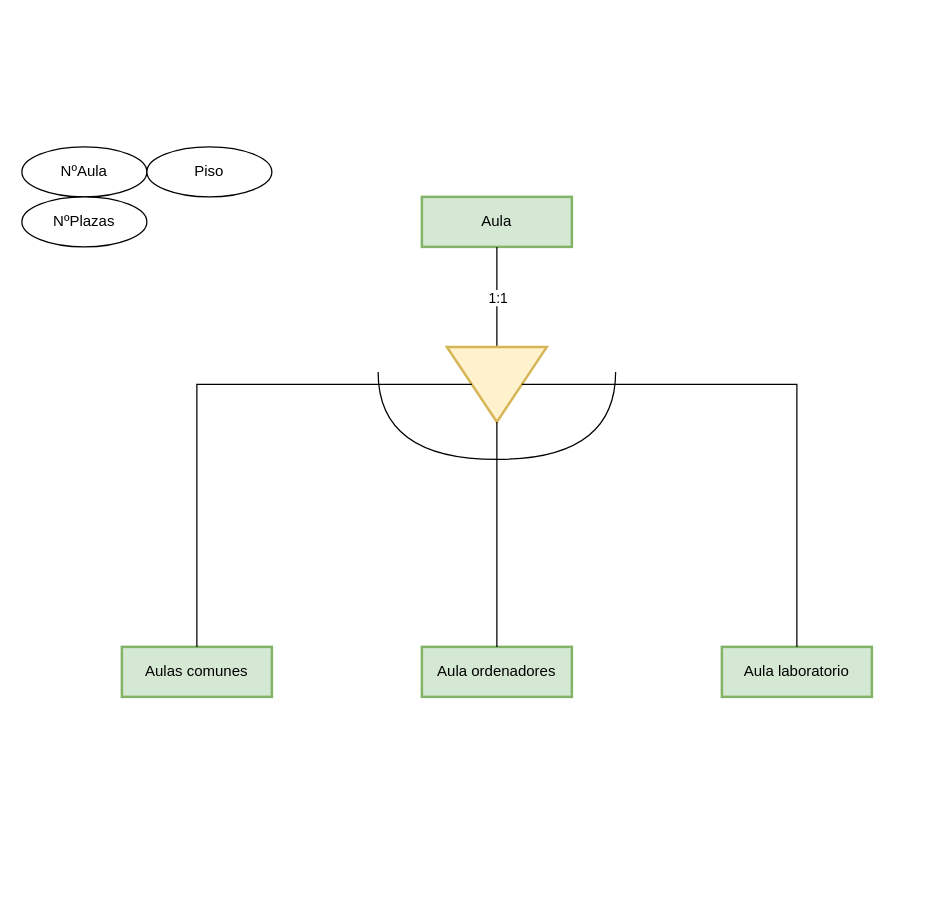
Before: page "Ej8" (6 of 9) of Tareas/Tarea3/Tarea3.drawio in JuanManuelMM/Base-Datos, a draw.io diagram. Source tidied: cells renumbered, new cells numbered last; positions are measured from the earlier drawing's top-left corner, leaving out a move shared by most shapes. Both pictures are drawn from the tidied source at 125%, with x=0, y=0 at pixel (21, 146).
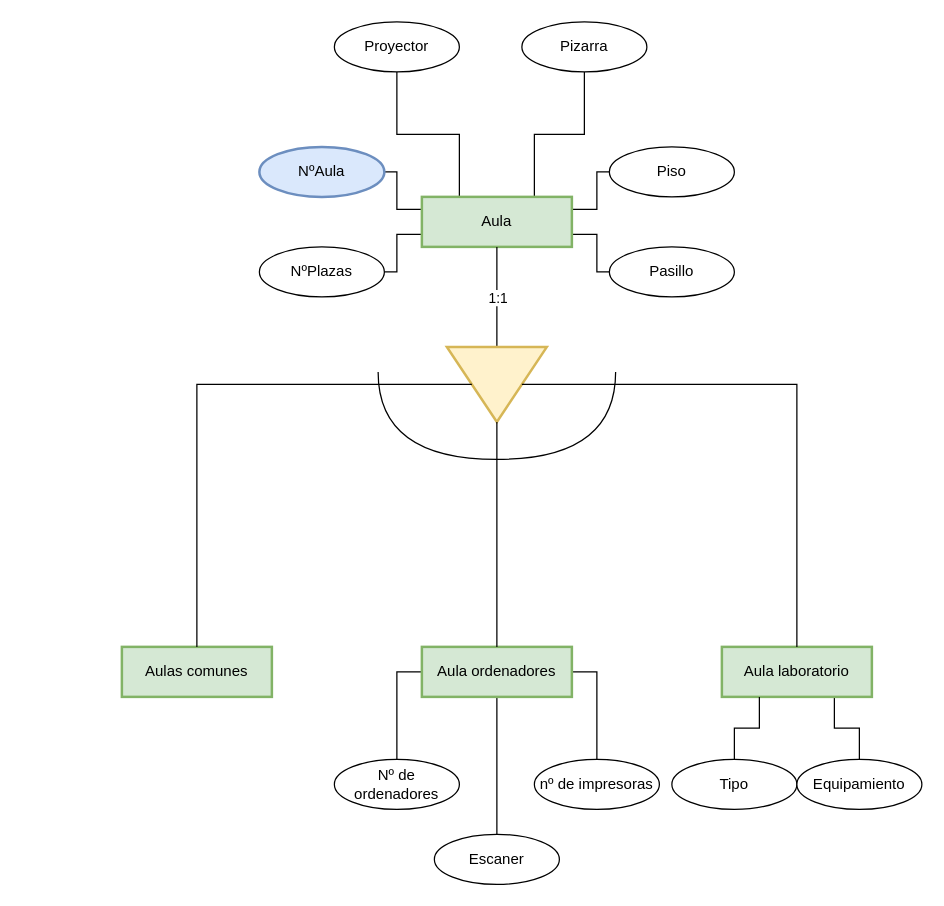
The same diagram, later.

The change refers to these unchanged cells:
```xml
<mxCell id="2" value="Aula" style="whiteSpace=wrap;html=1;align=center;strokeWidth=2;fillColor=#d5e8d4;strokeColor=#82b366;" parent="1" vertex="1">
  <mxGeometry x="320" y="40" width="120" height="40" as="geometry" />
</mxCell>
<mxCell id="3" value="Aula ordenadores" style="whiteSpace=wrap;html=1;align=center;strokeWidth=2;fillColor=#d5e8d4;strokeColor=#82b366;" parent="1" vertex="1">
  <mxGeometry x="320" y="400" width="120" height="40" as="geometry" />
</mxCell>
<mxCell id="4" value="Aula laboratorio" style="whiteSpace=wrap;html=1;align=center;strokeWidth=2;fillColor=#d5e8d4;strokeColor=#82b366;" parent="1" vertex="1">
  <mxGeometry x="560" y="400" width="120" height="40" as="geometry" />
</mxCell>
```

What changed in the source:
```diff
@@
+    <mxCell id="16" style="edgeStyle=orthogonalEdgeStyle;rounded=0;jettySize=auto;html=1;exitX=0;exitY=0.25;exitDx=0;exitDy=0;entryX=1;entryY=0.5;entryDx=0;entryDy=0;endArrow=none;endFill=0;" parent="1" edge="1" source="2" target="13">
+      <mxGeometry relative="1" as="geometry" />
+    </mxCell>
+    <mxCell id="17" style="edgeStyle=orthogonalEdgeStyle;rounded=0;jettySize=auto;html=1;exitX=0;exitY=0.75;exitDx=0;exitDy=0;entryX=1;entryY=0.5;entryDx=0;entryDy=0;endArrow=none;endFill=0;" parent="1" edge="1" source="2" target="15">
+      <mxGeometry relative="1" as="geometry" />
+    </mxCell>
+    <mxCell id="18" style="edgeStyle=orthogonalEdgeStyle;rounded=0;jettySize=auto;html=1;exitX=1;exitY=0.25;exitDx=0;exitDy=0;entryX=0;entryY=0.5;entryDx=0;entryDy=0;endArrow=none;endFill=0;" parent="1" edge="1" source="2" target="14">
+      <mxGeometry relative="1" as="geometry" />
+    </mxCell>
+    <mxCell id="19" style="edgeStyle=orthogonalEdgeStyle;rounded=0;jettySize=auto;html=1;exitX=1;exitY=0.75;exitDx=0;exitDy=0;entryX=0;entryY=0.5;entryDx=0;entryDy=0;endArrow=none;endFill=0;" parent="1" edge="1" source="2" target="26">
+      <mxGeometry relative="1" as="geometry" />
+    </mxCell>
+    <mxCell id="20" style="edgeStyle=orthogonalEdgeStyle;rounded=0;jettySize=auto;html=1;exitX=0.25;exitY=0;exitDx=0;exitDy=0;entryX=0.5;entryY=1;entryDx=0;entryDy=0;endArrow=none;endFill=0;" parent="1" edge="1" source="2" target="33">
+      <mxGeometry relative="1" as="geometry" />
+    </mxCell>
+    <mxCell id="21" style="edgeStyle=orthogonalEdgeStyle;rounded=0;jettySize=auto;html=1;exitX=0.75;exitY=0;exitDx=0;exitDy=0;entryX=0.5;entryY=1;entryDx=0;entryDy=0;endArrow=none;endFill=0;" parent="1" edge="1" source="2" target="34">
+      <mxGeometry relative="1" as="geometry" />
+    </mxCell>
@@
+    <mxCell id="22" style="edgeStyle=orthogonalEdgeStyle;rounded=0;jettySize=auto;html=1;exitX=0;exitY=0.5;exitDx=0;exitDy=0;entryX=0.5;entryY=0;entryDx=0;entryDy=0;endArrow=none;endFill=0;" parent="1" edge="1" source="3" target="27">
+      <mxGeometry relative="1" as="geometry" />
+    </mxCell>
+    <mxCell id="23" style="edgeStyle=orthogonalEdgeStyle;rounded=0;jettySize=auto;html=1;exitX=0.5;exitY=1;exitDx=0;exitDy=0;entryX=0.5;entryY=0;entryDx=0;entryDy=0;endArrow=none;endFill=0;" parent="1" edge="1" source="3" target="28">
+      <mxGeometry relative="1" as="geometry" />
+    </mxCell>
+    <mxCell id="24" style="edgeStyle=orthogonalEdgeStyle;rounded=0;jettySize=auto;html=1;exitX=1;exitY=0.5;exitDx=0;exitDy=0;entryX=0.5;entryY=0;entryDx=0;entryDy=0;endArrow=none;endFill=0;" parent="1" edge="1" source="3" target="29">
+      <mxGeometry relative="1" as="geometry" />
+    </mxCell>
@@
+    <mxCell id="25" style="edgeStyle=orthogonalEdgeStyle;rounded=0;jettySize=auto;html=1;exitX=0.75;exitY=1;exitDx=0;exitDy=0;entryX=0.5;entryY=0;entryDx=0;entryDy=0;endArrow=none;endFill=0;" parent="1" edge="1" source="4" target="32">
+      <mxGeometry relative="1" as="geometry" />
+    </mxCell>
@@
-    <mxCell id="13" value="NºAula" style="ellipse;whiteSpace=wrap;html=1;align=center;strokeWidth=1;" parent="1" vertex="1">
-      <mxGeometry width="100" height="40" as="geometry" />
+    <mxCell id="13" value="NºAula" style="ellipse;whiteSpace=wrap;html=1;align=center;strokeWidth=2;fillColor=#dae8fc;strokeColor=#6c8ebf;" parent="1" vertex="1">
+      <mxGeometry x="190" width="100" height="40" as="geometry" />
     </mxCell>
     <mxCell id="14" value="Piso" style="ellipse;whiteSpace=wrap;html=1;align=center;strokeWidth=1;" parent="1" vertex="1">
-      <mxGeometry x="100" width="100" height="40" as="geometry" />
+      <mxGeometry x="470" width="100" height="40" as="geometry" />
     </mxCell>
     <mxCell id="15" value="NºPlazas" style="ellipse;whiteSpace=wrap;html=1;align=center;strokeWidth=1;" parent="1" vertex="1">
-      <mxGeometry y="40" width="100" height="40" as="geometry" />
+      <mxGeometry x="190" y="80" width="100" height="40" as="geometry" />
     </mxCell>
+    <mxCell id="26" value="Pasillo" style="ellipse;whiteSpace=wrap;html=1;align=center;strokeWidth=1;" parent="1" vertex="1">
+      <mxGeometry x="470" y="80" width="100" height="40" as="geometry" />
+    </mxCell>
+    <mxCell id="27" value="Nº de ordenadores" style="ellipse;whiteSpace=wrap;html=1;align=center;strokeWidth=1;" parent="1" vertex="1">
+      <mxGeometry x="250" y="490" width="100" height="40" as="geometry" />
+    </mxCell>
+    <mxCell id="28" value="Escaner" style="ellipse;whiteSpace=wrap;html=1;align=center;strokeWidth=1;" parent="1" vertex="1">
+      <mxGeometry x="330" y="550" width="100" height="40" as="geometry" />
+    </mxCell>
+    <mxCell id="29" value="nº de impresoras" style="ellipse;whiteSpace=wrap;html=1;align=center;strokeWidth=1;" parent="1" vertex="1">
+      <mxGeometry x="410" y="490" width="100" height="40" as="geometry" />
+    </mxCell>
+    <mxCell id="30" style="edgeStyle=orthogonalEdgeStyle;rounded=0;jettySize=auto;html=1;exitX=0.5;exitY=0;exitDx=0;exitDy=0;entryX=0.25;entryY=1;entryDx=0;entryDy=0;endArrow=none;endFill=0;" parent="1" edge="1" source="31" target="4">
+      <mxGeometry relative="1" as="geometry" />
+    </mxCell>
+    <mxCell id="31" value="Tipo" style="ellipse;whiteSpace=wrap;html=1;align=center;strokeWidth=1;" parent="1" vertex="1">
+      <mxGeometry x="520" y="490" width="100" height="40" as="geometry" />
+    </mxCell>
+    <mxCell id="32" value="Equipamiento" style="ellipse;whiteSpace=wrap;html=1;align=center;strokeWidth=1;" parent="1" vertex="1">
+      <mxGeometry x="620" y="490" width="100" height="40" as="geometry" />
+    </mxCell>
+    <mxCell id="33" value="Proyector" style="ellipse;whiteSpace=wrap;html=1;align=center;strokeWidth=1;" parent="1" vertex="1">
+      <mxGeometry x="250" y="-100" width="100" height="40" as="geometry" />
+    </mxCell>
+    <mxCell id="34" value="Pizarra" style="ellipse;whiteSpace=wrap;html=1;align=center;strokeWidth=1;" parent="1" vertex="1">
+      <mxGeometry x="400" y="-100" width="100" height="40" as="geometry" />
+    </mxCell>
```
